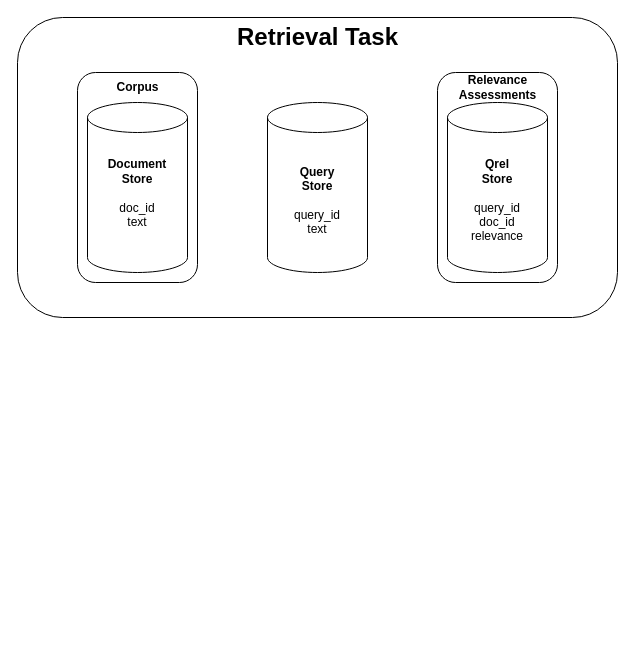
The draw.io diagram page "datasets" (3 of 7) of thesis/graphics/drawio/stages.drawio in Integer-Ctrl/thesis-fhofer, before the edit. Source tidied: cells renumbered, new cells numbered last; positions are measured from the earlier drawing's top-left corner, leaving out a move shared by most shapes. Both pictures are drawn from the tidied source at 100%, with x=0, y=0 at pixel (17, 17).
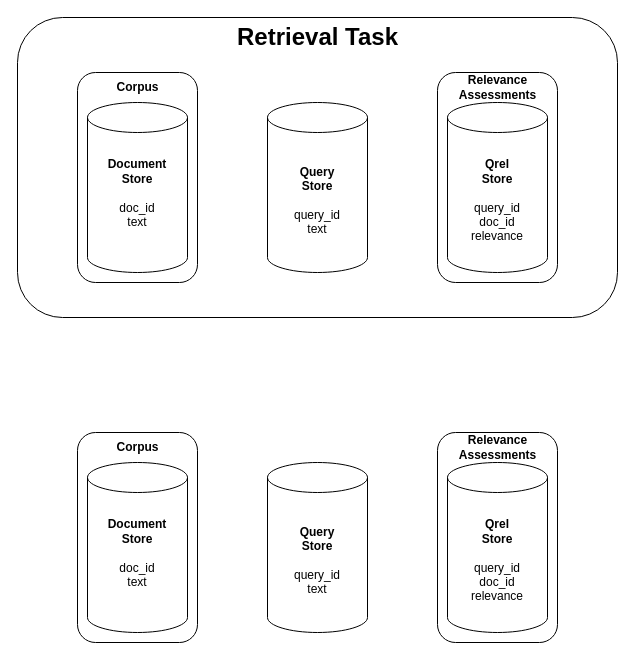
The same page after the edit.

The edit, as a diff of the source:
```diff
@@
 <mxGraphModel>
   <root>
     <mxCell id="0" />
     <mxCell id="1" parent="0" />
     <mxCell id="2" style="rounded=1;whiteSpace=wrap;html=1;" parent="1" vertex="1">
       <mxGeometry width="600" height="300" as="geometry" />
     </mxCell>
     <mxCell id="3" style="rounded=1;whiteSpace=wrap;html=1;" parent="1" vertex="1">
       <mxGeometry x="420" y="55" width="120" height="210" as="geometry" />
     </mxCell>
     <mxCell id="4" value="Relevance&lt;div&gt;Assessments&lt;/div&gt;" style="text;html=1;align=center;verticalAlign=middle;strokeColor=none;fillColor=none;fontStyle=1;" parent="1" vertex="1">
       <mxGeometry x="435" y="50" width="90" height="40" as="geometry" />
     </mxCell>
     <mxCell id="5" style="rounded=1;whiteSpace=wrap;html=1;" parent="1" vertex="1">
       <mxGeometry x="60" y="55" width="120" height="210" as="geometry" />
     </mxCell>
     <mxCell id="6" value="&lt;b&gt;Document&lt;/b&gt;&lt;div&gt;&lt;b&gt;Store&lt;/b&gt;&lt;/div&gt;&lt;div&gt;&lt;b&gt;&lt;br&gt;&lt;/b&gt;&lt;/div&gt;&lt;div&gt;doc_id&lt;/div&gt;&lt;div&gt;text&lt;/div&gt;&lt;div&gt;&lt;b&gt;&lt;br&gt;&lt;/b&gt;&lt;/div&gt;" style="shape=cylinder3;whiteSpace=wrap;html=1;boundedLbl=1;backgroundOutline=1;size=15;" parent="1" vertex="1">
       <mxGeometry x="70" y="85" width="100" height="170" as="geometry" />
     </mxCell>
     <mxCell id="7" value="&lt;b&gt;Query&lt;/b&gt;&lt;div&gt;&lt;b&gt;Store&lt;/b&gt;&lt;/div&gt;&lt;div&gt;&lt;b&gt;&lt;br&gt;&lt;/b&gt;&lt;/div&gt;&lt;div&gt;query_id&lt;/div&gt;&lt;div&gt;text&lt;/div&gt;" style="shape=cylinder3;whiteSpace=wrap;html=1;boundedLbl=1;backgroundOutline=1;size=15;" parent="1" vertex="1">
       <mxGeometry x="250" y="85" width="100" height="170" as="geometry" />
     </mxCell>
     <mxCell id="8" value="&lt;b&gt;Qrel&lt;/b&gt;&lt;div&gt;&lt;b&gt;Store&lt;/b&gt;&lt;/div&gt;&lt;div&gt;&lt;b&gt;&lt;br&gt;&lt;/b&gt;&lt;/div&gt;&lt;div&gt;query_id&lt;/div&gt;&lt;div&gt;doc_id&lt;/div&gt;&lt;div&gt;relevance&lt;/div&gt;" style="shape=cylinder3;whiteSpace=wrap;html=1;boundedLbl=1;backgroundOutline=1;size=15;" parent="1" vertex="1">
       <mxGeometry x="430" y="85" width="100" height="170" as="geometry" />
     </mxCell>
     <mxCell id="9" value="Corpus" style="text;html=1;align=center;verticalAlign=middle;strokeColor=none;fillColor=none;fontStyle=1;" parent="1" vertex="1">
       <mxGeometry x="90" y="55" width="60" height="30" as="geometry" />
     </mxCell>
     <mxCell id="10" value="&lt;b&gt;&lt;font style=&quot;font-size: 24px;&quot;&gt;Retrieval Task&lt;/font&gt;&lt;/b&gt;" style="text;html=1;align=center;verticalAlign=middle;strokeColor=none;fillColor=none;" parent="1" vertex="1">
       <mxGeometry x="210" width="180" height="40" as="geometry" />
     </mxCell>
+    <mxCell id="11" style="rounded=1;whiteSpace=wrap;html=1;" parent="1" vertex="1">
+      <mxGeometry x="420" y="415" width="120" height="210" as="geometry" />
+    </mxCell>
+    <mxCell id="12" value="Relevance&lt;div&gt;Assessments&lt;/div&gt;" style="text;html=1;align=center;verticalAlign=middle;strokeColor=none;fillColor=none;fontStyle=1;" parent="1" vertex="1">
+      <mxGeometry x="435" y="410" width="90" height="40" as="geometry" />
+    </mxCell>
+    <mxCell id="13" style="rounded=1;whiteSpace=wrap;html=1;" parent="1" vertex="1">
+      <mxGeometry x="60" y="415" width="120" height="210" as="geometry" />
+    </mxCell>
+    <mxCell id="14" value="&lt;b&gt;Document&lt;/b&gt;&lt;div&gt;&lt;b&gt;Store&lt;/b&gt;&lt;/div&gt;&lt;div&gt;&lt;b&gt;&lt;br&gt;&lt;/b&gt;&lt;/div&gt;&lt;div&gt;doc_id&lt;/div&gt;&lt;div&gt;text&lt;/div&gt;&lt;div&gt;&lt;b&gt;&lt;br&gt;&lt;/b&gt;&lt;/div&gt;" style="shape=cylinder3;whiteSpace=wrap;html=1;boundedLbl=1;backgroundOutline=1;size=15;" parent="1" vertex="1">
+      <mxGeometry x="70" y="445" width="100" height="170" as="geometry" />
+    </mxCell>
+    <mxCell id="15" value="&lt;b&gt;Query&lt;/b&gt;&lt;div&gt;&lt;b&gt;Store&lt;/b&gt;&lt;/div&gt;&lt;div&gt;&lt;b&gt;&lt;br&gt;&lt;/b&gt;&lt;/div&gt;&lt;div&gt;query_id&lt;/div&gt;&lt;div&gt;text&lt;/div&gt;" style="shape=cylinder3;whiteSpace=wrap;html=1;boundedLbl=1;backgroundOutline=1;size=15;" parent="1" vertex="1">
+      <mxGeometry x="250" y="445" width="100" height="170" as="geometry" />
+    </mxCell>
+    <mxCell id="16" value="&lt;b&gt;Qrel&lt;/b&gt;&lt;div&gt;&lt;b&gt;Store&lt;/b&gt;&lt;/div&gt;&lt;div&gt;&lt;b&gt;&lt;br&gt;&lt;/b&gt;&lt;/div&gt;&lt;div&gt;query_id&lt;/div&gt;&lt;div&gt;doc_id&lt;/div&gt;&lt;div&gt;relevance&lt;/div&gt;" style="shape=cylinder3;whiteSpace=wrap;html=1;boundedLbl=1;backgroundOutline=1;size=15;" parent="1" vertex="1">
+      <mxGeometry x="430" y="445" width="100" height="170" as="geometry" />
+    </mxCell>
+    <mxCell id="17" value="Corpus" style="text;html=1;align=center;verticalAlign=middle;strokeColor=none;fillColor=none;fontStyle=1;" parent="1" vertex="1">
+      <mxGeometry x="90" y="415" width="60" height="30" as="geometry" />
+    </mxCell>
   </root>
 </mxGraphModel>
```
